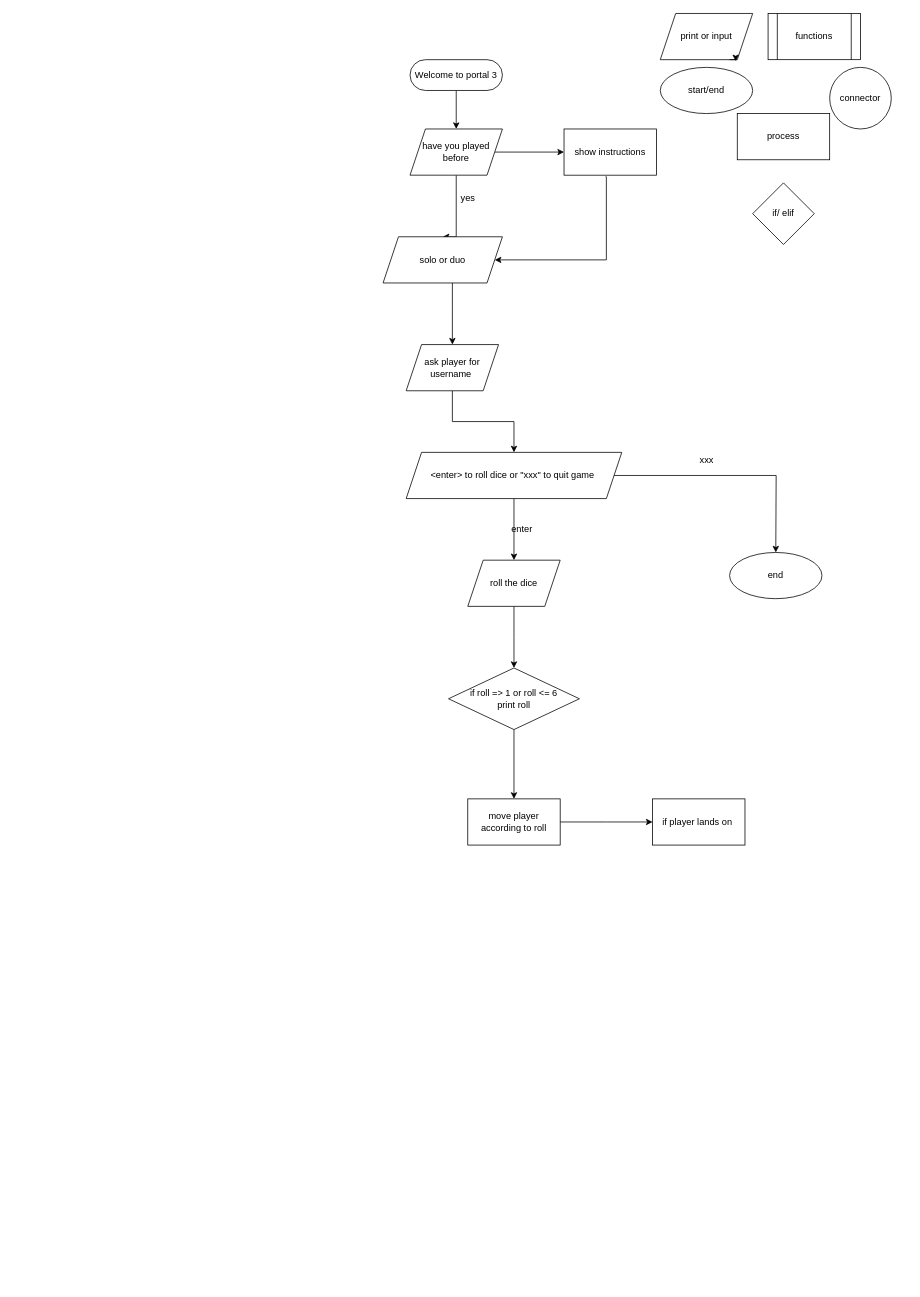
The draw.io diagram portalspy flowchart.drawio in Albkset2/High-and-low, before the edit. Source tidied: cells renumbered, new cells numbered last; positions are measured from the earlier drawing's top-left corner, leaving out a move shared by most shapes. Both pictures are drawn from the tidied source at 77%, with x=0, y=0 at pixel (383, 13).
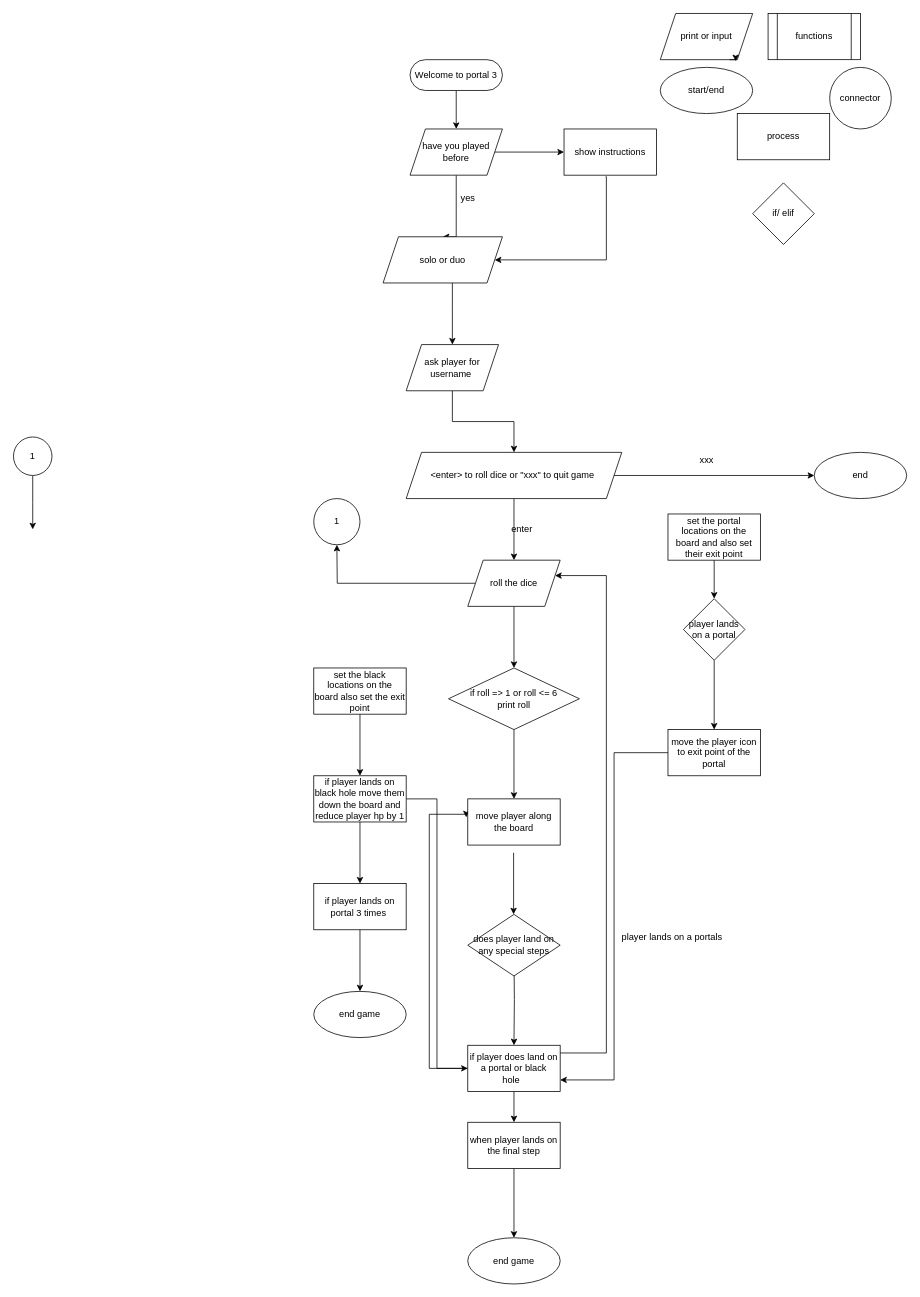
The same page after the edit.

The change refers to these unchanged cells:
```xml
<mxCell id="23" value="&amp;lt;enter&amp;gt; to roll dice or &quot;xxx&quot; to quit game&amp;nbsp;" style="shape=parallelogram;perimeter=parallelogramPerimeter;whiteSpace=wrap;html=1;fixedSize=1;" parent="1" vertex="1">
  <mxGeometry x="30" y="570" width="280" height="60" as="geometry" />
</mxCell>
<mxCell id="25" value="roll the dice" style="shape=parallelogram;perimeter=parallelogramPerimeter;whiteSpace=wrap;html=1;fixedSize=1;" parent="1" vertex="1">
  <mxGeometry x="110" y="710" width="120" height="60" as="geometry" />
</mxCell>
<mxCell id="30" value="if roll =&amp;gt; 1 or roll &amp;lt;= 6&lt;br&gt;print roll" style="rhombus;whiteSpace=wrap;html=1;" parent="1" vertex="1">
  <mxGeometry x="85" y="850" width="170" height="80" as="geometry" />
</mxCell>
```

The edit, as a diff of the source:
```diff
@@
     <mxCell id="22" style="edgeStyle=orthogonalEdgeStyle;rounded=0;jettySize=auto;html=1;" parent="1" edge="1" source="23">
       <mxGeometry relative="1" as="geometry">
-        <mxPoint x="510" y="700" as="targetPoint" />
+        <mxPoint x="560" y="600" as="targetPoint" />
       </mxGeometry>
     </mxCell>
@@
+    <mxCell id="34" style="edgeStyle=orthogonalEdgeStyle;rounded=0;jettySize=auto;html=1;" parent="1" edge="1" source="25">
+      <mxGeometry relative="1" as="geometry">
+        <mxPoint x="-60" y="690" as="targetPoint" />
+      </mxGeometry>
+    </mxCell>
@@
     <mxCell id="27" value="end" style="ellipse;whiteSpace=wrap;html=1;" parent="1" vertex="1">
-      <mxGeometry x="450" y="700" width="120" height="60" as="geometry" />
+      <mxGeometry x="560" y="570" width="120" height="60" as="geometry" />
     </mxCell>
@@
-    <mxCell id="29" style="edgeStyle=orthogonalEdgeStyle;rounded=0;jettySize=auto;html=1;" parent="1" edge="1" source="30" target="32">
-      <mxGeometry relative="1" as="geometry" />
+    <mxCell id="29" style="edgeStyle=orthogonalEdgeStyle;rounded=0;jettySize=auto;html=1;" parent="1" edge="1" source="30">
+      <mxGeometry relative="1" as="geometry">
+        <mxPoint x="170" y="1020" as="targetPoint" />
+      </mxGeometry>
     </mxCell>
@@
-    <mxCell id="31" style="edgeStyle=orthogonalEdgeStyle;rounded=0;jettySize=auto;html=1;" parent="1" edge="1" source="32">
-      <mxGeometry relative="1" as="geometry">
-        <mxPoint x="350" y="1050" as="targetPoint" />
-      </mxGeometry>
-    </mxCell>
-    <mxCell id="32" value="move player according to roll" style="whiteSpace=wrap;html=1;" parent="1" vertex="1">
-      <mxGeometry x="110" y="1020" width="120" height="60" as="geometry" />
-    </mxCell>
-    <mxCell id="33" value="if player lands on&amp;nbsp;" style="whiteSpace=wrap;html=1;" parent="1" vertex="1">
-      <mxGeometry x="350" y="1020" width="120" height="60" as="geometry" />
-    </mxCell>
+    <mxCell id="35" style="edgeStyle=orthogonalEdgeStyle;rounded=0;orthogonalLoop=1;jettySize=auto;html=1;" parent="1" edge="1">
+      <mxGeometry relative="1" as="geometry">
+        <mxPoint x="169.5" y="1090" as="sourcePoint" />
+        <mxPoint x="169.5" y="1170" as="targetPoint" />
+      </mxGeometry>
+    </mxCell>
+    <mxCell id="36" style="edgeStyle=orthogonalEdgeStyle;rounded=0;jettySize=auto;html=1;" parent="1" edge="1" target="40">
+      <mxGeometry relative="1" as="geometry">
+        <mxPoint x="170" y="1220" as="sourcePoint" />
+      </mxGeometry>
+    </mxCell>
+    <mxCell id="37" style="edgeStyle=orthogonalEdgeStyle;rounded=0;jettySize=auto;html=1;" parent="1" edge="1" source="40">
+      <mxGeometry relative="1" as="geometry">
+        <mxPoint x="170" y="1440" as="targetPoint" />
+      </mxGeometry>
+    </mxCell>
+    <mxCell id="38" style="edgeStyle=orthogonalEdgeStyle;rounded=0;jettySize=auto;html=1;" parent="1" edge="1" source="40" target="25">
+      <mxGeometry relative="1" as="geometry">
+        <Array as="points">
+          <mxPoint x="290" y="1350" />
+          <mxPoint x="290" y="730" />
+        </Array>
+      </mxGeometry>
+    </mxCell>
+    <mxCell id="39" style="edgeStyle=orthogonalEdgeStyle;rounded=0;jettySize=auto;html=1;entryX=-0.017;entryY=0.4;entryDx=0;entryDy=0;entryPerimeter=0;" parent="1" edge="1" source="40" target="41">
+      <mxGeometry relative="1" as="geometry">
+        <Array as="points">
+          <mxPoint x="60" y="1370" />
+          <mxPoint x="60" y="1040" />
+          <mxPoint x="108" y="1040" />
+        </Array>
+      </mxGeometry>
+    </mxCell>
+    <mxCell id="40" value="if player does land on a portal or black hole&amp;nbsp;&amp;nbsp;" style="whiteSpace=wrap;html=1;" parent="1" vertex="1">
+      <mxGeometry x="110" y="1340" width="120" height="60" as="geometry" />
+    </mxCell>
+    <mxCell id="41" value="move player along the board" style="whiteSpace=wrap;html=1;" parent="1" vertex="1">
+      <mxGeometry x="110" y="1020" width="120" height="60" as="geometry" />
+    </mxCell>
+    <mxCell id="42" value="does player land on any special steps" style="rhombus;whiteSpace=wrap;html=1;" parent="1" vertex="1">
+      <mxGeometry x="110" y="1170" width="120" height="80" as="geometry" />
+    </mxCell>
+    <mxCell id="43" value="player lands on a portals" style="text;html=1;align=center;verticalAlign=middle;strokeColor=none;" parent="1" vertex="1">
+      <mxGeometry x="300" y="1190" width="150" height="20" as="geometry" />
+    </mxCell>
+    <mxCell id="44" style="edgeStyle=orthogonalEdgeStyle;rounded=0;jettySize=auto;html=1;" parent="1" edge="1" source="45" target="47">
+      <mxGeometry relative="1" as="geometry" />
+    </mxCell>
+    <mxCell id="45" value="player lands on a portal" style="rhombus;whiteSpace=wrap;html=1;" parent="1" vertex="1">
+      <mxGeometry x="390" y="760" width="80" height="80" as="geometry" />
+    </mxCell>
+    <mxCell id="46" style="edgeStyle=orthogonalEdgeStyle;rounded=0;jettySize=auto;html=1;entryX=1;entryY=0.75;entryDx=0;entryDy=0;" parent="1" edge="1" source="47" target="40">
+      <mxGeometry relative="1" as="geometry" />
+    </mxCell>
+    <mxCell id="47" value="move the player icon to exit point of the portal" style="whiteSpace=wrap;html=1;" parent="1" vertex="1">
+      <mxGeometry x="370" y="930" width="120" height="60" as="geometry" />
+    </mxCell>
+    <mxCell id="48" style="edgeStyle=orthogonalEdgeStyle;rounded=0;jettySize=auto;html=1;entryX=0.5;entryY=0;entryDx=0;entryDy=0;" parent="1" edge="1" source="49" target="45">
+      <mxGeometry relative="1" as="geometry" />
+    </mxCell>
+    <mxCell id="49" value="set the portal locations on the board and also set their exit point" style="whiteSpace=wrap;html=1;" parent="1" vertex="1">
+      <mxGeometry x="370" y="650" width="120" height="60" as="geometry" />
+    </mxCell>
+    <mxCell id="50" style="edgeStyle=orthogonalEdgeStyle;rounded=0;jettySize=auto;html=1;" parent="1" edge="1" source="51" target="54">
+      <mxGeometry relative="1" as="geometry" />
+    </mxCell>
+    <mxCell id="51" value="set the black locations on the board also set the exit point" style="whiteSpace=wrap;html=1;" parent="1" vertex="1">
+      <mxGeometry x="-90" y="850" width="120" height="60" as="geometry" />
+    </mxCell>
+    <mxCell id="52" style="edgeStyle=orthogonalEdgeStyle;rounded=0;jettySize=auto;html=1;" parent="1" edge="1" source="54">
+      <mxGeometry relative="1" as="geometry">
+        <mxPoint x="-30" y="1130" as="targetPoint" />
+      </mxGeometry>
+    </mxCell>
+    <mxCell id="53" style="edgeStyle=orthogonalEdgeStyle;rounded=0;jettySize=auto;html=1;entryX=0;entryY=0.5;entryDx=0;entryDy=0;" parent="1" edge="1" source="54" target="40">
+      <mxGeometry relative="1" as="geometry" />
+    </mxCell>
+    <mxCell id="54" value="if player lands on black hole move them down the board and reduce player hp by 1" style="whiteSpace=wrap;html=1;" parent="1" vertex="1">
+      <mxGeometry x="-90" y="990" width="120" height="60" as="geometry" />
+    </mxCell>
+    <mxCell id="55" style="edgeStyle=orthogonalEdgeStyle;rounded=0;jettySize=auto;html=1;" parent="1" edge="1" source="56" target="57">
+      <mxGeometry relative="1" as="geometry" />
+    </mxCell>
+    <mxCell id="56" value="if player lands on portal 3 times&amp;nbsp;" style="whiteSpace=wrap;html=1;" parent="1" vertex="1">
+      <mxGeometry x="-90" y="1130" width="120" height="60" as="geometry" />
+    </mxCell>
+    <mxCell id="57" value="end game" style="ellipse;whiteSpace=wrap;html=1;" parent="1" vertex="1">
+      <mxGeometry x="-90" y="1270" width="120" height="60" as="geometry" />
+    </mxCell>
+    <mxCell id="58" style="edgeStyle=orthogonalEdgeStyle;rounded=0;jettySize=auto;html=1;" parent="1" edge="1" source="59">
+      <mxGeometry relative="1" as="geometry">
+        <mxPoint x="170" y="1590" as="targetPoint" />
+      </mxGeometry>
+    </mxCell>
+    <mxCell id="59" value="when player lands on the final step" style="whiteSpace=wrap;html=1;" parent="1" vertex="1">
+      <mxGeometry x="110" y="1440" width="120" height="60" as="geometry" />
+    </mxCell>
+    <mxCell id="60" value="end game" style="ellipse;whiteSpace=wrap;html=1;" parent="1" vertex="1">
+      <mxGeometry x="110" y="1590" width="120" height="60" as="geometry" />
+    </mxCell>
+    <mxCell id="61" value="1" style="ellipse;whiteSpace=wrap;html=1;" parent="1" vertex="1">
+      <mxGeometry x="-90" y="630" width="60" height="60" as="geometry" />
+    </mxCell>
+    <mxCell id="62" style="edgeStyle=orthogonalEdgeStyle;rounded=0;jettySize=auto;html=1;" parent="1" edge="1" source="63">
+      <mxGeometry relative="1" as="geometry">
+        <mxPoint x="-455" y="670" as="targetPoint" />
+      </mxGeometry>
+    </mxCell>
+    <mxCell id="63" value="1" style="ellipse;whiteSpace=wrap;html=1;" parent="1" vertex="1">
+      <mxGeometry x="-480" y="550" width="50" height="50" as="geometry" />
+    </mxCell>
```
